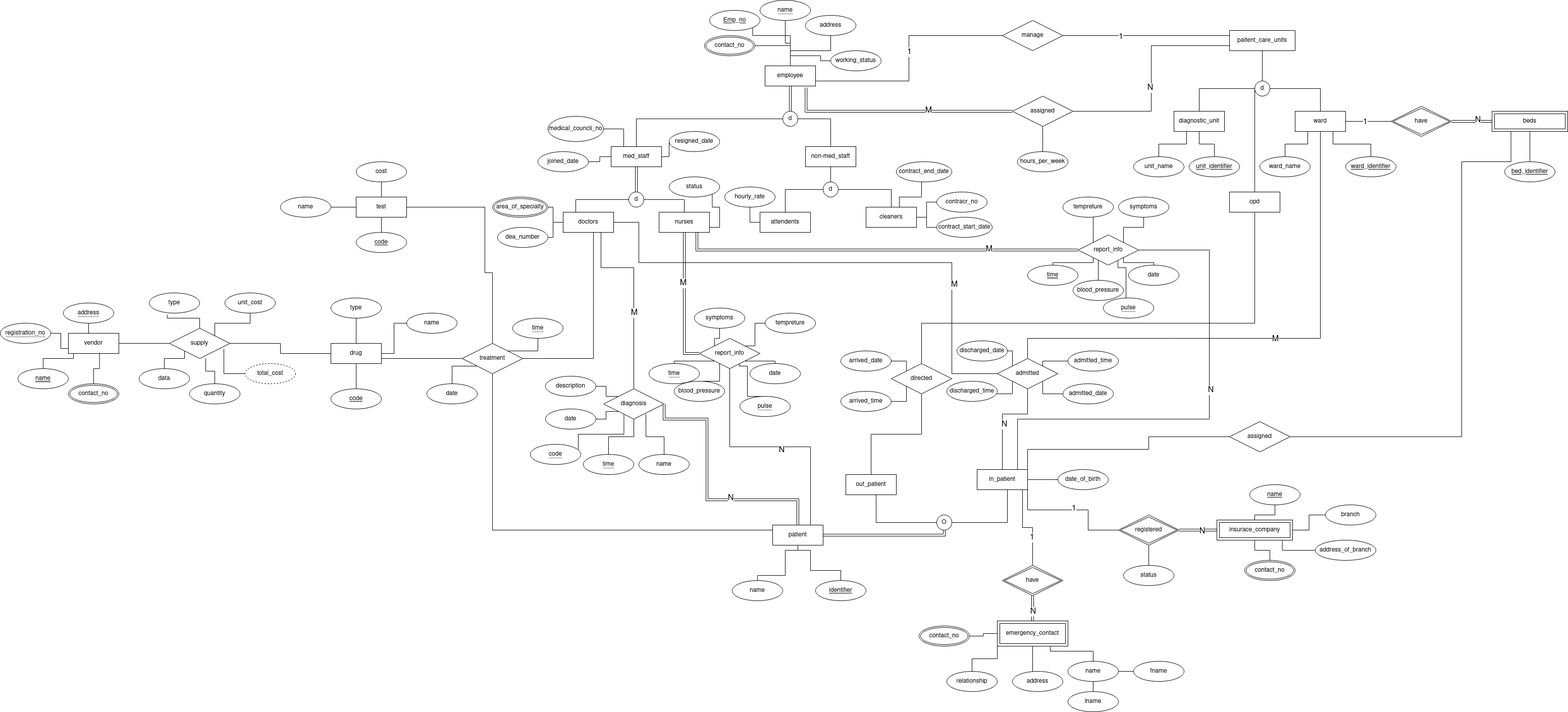
This is db_02.png from BhathiyaVandebona/POS_SYSTEM_0.1, a draw.io export, as it was before one commit. Source tidied: cells renumbered, new cells last; positions are measured from the earlier drawing's top-left corner, leaving out a move shared by most shapes.
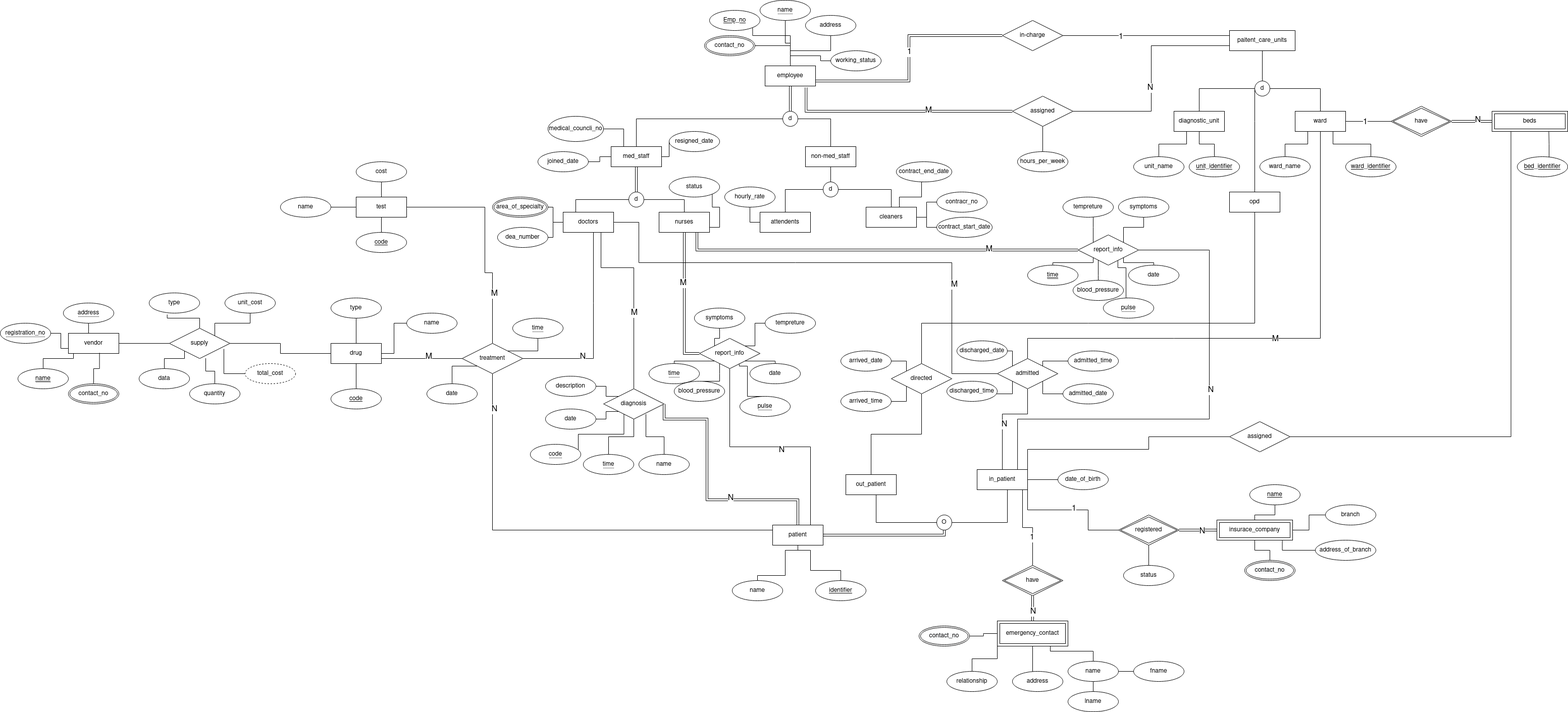
The same diagram one commit later.

Diff of the diagram source:
```diff
@@ -131,6 +131,9 @@
         </Array>
       </mxGeometry>
     </mxCell>
+    <mxCell id="259" value="N" style="edgeLabel;html=1;align=center;verticalAlign=middle;fontSize=16;" parent="37" vertex="1">
+      <mxGeometry x="0.39" y="-4" relative="1" as="geometry" />
+    </mxCell>
     <mxCell id="38" style="edgeStyle=orthogonalEdgeStyle;rounded=0;jettySize=auto;html=1;startFill=0;endArrow=none;endFill=0;strokeWidth=1;entryX=0.5;entryY=0;entryDx=0;entryDy=0;exitX=0.75;exitY=1;exitDx=0;exitDy=0;" parent="1" edge="1" source="42" target="203">
       <mxGeometry relative="1" as="geometry">
         <Array as="points">
@@ -298,9 +301,7 @@
     <mxCell id="87" style="edgeStyle=orthogonalEdgeStyle;rounded=0;jettySize=auto;html=1;startFill=0;endArrow=none;endFill=0;strokeWidth=1;entryX=1;entryY=0.5;entryDx=0;entryDy=0;exitX=0.25;exitY=1;exitDx=0;exitDy=0;" parent="1" edge="1" source="237" target="200">
       <mxGeometry relative="1" as="geometry">
         <Array as="points">
-          <mxPoint x="2993" y="320" />
-          <mxPoint x="2895" y="320" />
-          <mxPoint x="2895" y="865" />
+          <mxPoint x="2993" y="865" />
         </Array>
       </mxGeometry>
     </mxCell>
@@ -384,7 +385,7 @@
     <mxCell id="112" value="&lt;font style=&quot;font-size: 16px&quot;&gt;1&lt;/font&gt;" style="edgeLabel;html=1;align=center;verticalAlign=middle;" parent="111" vertex="1">
       <mxGeometry x="-0.31" y="-2" relative="1" as="geometry" />
     </mxCell>
-    <mxCell id="113" style="edgeStyle=orthogonalEdgeStyle;rounded=0;jettySize=auto;html=1;entryX=1;entryY=0.75;entryDx=0;entryDy=0;startFill=0;endArrow=none;endFill=0;strokeWidth=1;" parent="1" edge="1" source="116" target="3">
+    <mxCell id="113" style="edgeStyle=orthogonalEdgeStyle;rounded=0;jettySize=auto;html=1;entryX=1;entryY=0.75;entryDx=0;entryDy=0;startFill=0;endArrow=none;endFill=0;strokeWidth=1;shape=link;" parent="1" edge="1" source="116" target="3">
       <mxGeometry relative="1" as="geometry" />
     </mxCell>
     <mxCell id="114" value="1" style="edgeLabel;html=1;align=center;verticalAlign=middle;" parent="113" vertex="1">
@@ -393,7 +394,7 @@
     <mxCell id="115" value="&lt;font style=&quot;font-size: 16px&quot;&gt;1&lt;/font&gt;" style="edgeLabel;html=1;align=center;verticalAlign=middle;" parent="113" vertex="1">
       <mxGeometry x="-0.06" relative="1" as="geometry" />
     </mxCell>
-    <mxCell id="116" value="manage" style="shape=rhombus;perimeter=rhombusPerimeter;whiteSpace=wrap;html=1;align=center;" parent="1" vertex="1">
+    <mxCell id="116" value="in-charge" style="shape=rhombus;perimeter=rhombusPerimeter;whiteSpace=wrap;html=1;align=center;" parent="1" vertex="1">
       <mxGeometry x="1985" y="40" width="120" height="60" as="geometry" />
     </mxCell>
     <mxCell id="117" style="edgeStyle=orthogonalEdgeStyle;rounded=0;jettySize=auto;html=1;entryX=0;entryY=0.5;entryDx=0;entryDy=0;startFill=0;endArrow=none;endFill=0;strokeWidth=1;exitX=1;exitY=1;exitDx=0;exitDy=0;" parent="1" edge="1" source="118" target="120">
@@ -403,6 +404,9 @@
         </Array>
       </mxGeometry>
     </mxCell>
+    <mxCell id="260" value="M" style="edgeLabel;html=1;align=center;verticalAlign=middle;fontSize=16;" parent="117" vertex="1">
+      <mxGeometry x="0.21" y="4" relative="1" as="geometry" />
+    </mxCell>
     <mxCell id="118" value="drug" style="whiteSpace=wrap;html=1;align=center;" parent="1" vertex="1">
       <mxGeometry x="655" y="680" width="100" height="40" as="geometry" />
     </mxCell>
@@ -413,6 +417,9 @@
         </Array>
       </mxGeometry>
     </mxCell>
+    <mxCell id="261" value="N" style="edgeLabel;html=1;align=center;verticalAlign=middle;fontSize=16;" parent="119" vertex="1">
+      <mxGeometry x="-0.84" y="3" relative="1" as="geometry" />
+    </mxCell>
     <mxCell id="120" value="treatment" style="shape=rhombus;perimeter=rhombusPerimeter;whiteSpace=wrap;html=1;align=center;" parent="1" vertex="1">
       <mxGeometry x="915" y="680" width="120" height="60" as="geometry" />
     </mxCell>
@@ -511,6 +518,9 @@
         </Array>
       </mxGeometry>
     </mxCell>
+    <mxCell id="262" value="M" style="edgeLabel;html=1;align=center;verticalAlign=middle;fontSize=16;" parent="149" vertex="1">
+      <mxGeometry x="0.55" y="3" relative="1" as="geometry" />
+    </mxCell>
     <mxCell id="150" value="test" style="whiteSpace=wrap;html=1;align=center;" parent="1" vertex="1">
       <mxGeometry x="705" y="390" width="100" height="40" as="geometry" />
     </mxCell>
@@ -907,11 +917,16 @@
     <mxCell id="240" value="have" style="shape=rhombus;double=1;perimeter=rhombusPerimeter;whiteSpace=wrap;html=1;align=center;" parent="1" vertex="1">
       <mxGeometry x="2755" y="210" width="120" height="60" as="geometry" />
     </mxCell>
-    <mxCell id="241" style="edgeStyle=orthogonalEdgeStyle;rounded=0;jettySize=auto;html=1;entryX=0.5;entryY=1;entryDx=0;entryDy=0;startFill=0;endArrow=none;endFill=0;strokeWidth=1;" parent="1" edge="1" source="242" target="237">
-      <mxGeometry relative="1" as="geometry" />
+    <mxCell id="241" style="edgeStyle=orthogonalEdgeStyle;rounded=0;jettySize=auto;html=1;entryX=0.75;entryY=1;entryDx=0;entryDy=0;startFill=0;endArrow=none;endFill=0;strokeWidth=1;" parent="1" edge="1" source="242" target="237">
+      <mxGeometry relative="1" as="geometry">
+        <Array as="points">
+          <mxPoint x="3068" y="285" />
+          <mxPoint x="3068" y="285" />
+        </Array>
+      </mxGeometry>
     </mxCell>
     <mxCell id="242" value="&lt;u&gt;bed_identifier&lt;/u&gt;" style="ellipse;whiteSpace=wrap;html=1;align=center;" parent="1" vertex="1">
-      <mxGeometry x="2980" y="320" width="100" height="40" as="geometry" />
+      <mxGeometry x="3005" y="310" width="100" height="40" as="geometry" />
     </mxCell>
     <mxCell id="243" style="edgeStyle=orthogonalEdgeStyle;rounded=0;jettySize=auto;html=1;entryX=0.5;entryY=0;entryDx=0;entryDy=0;startFill=0;endArrow=none;endFill=0;strokeWidth=1;" parent="1" edge="1" source="245" target="246">
       <mxGeometry relative="1" as="geometry">
```
